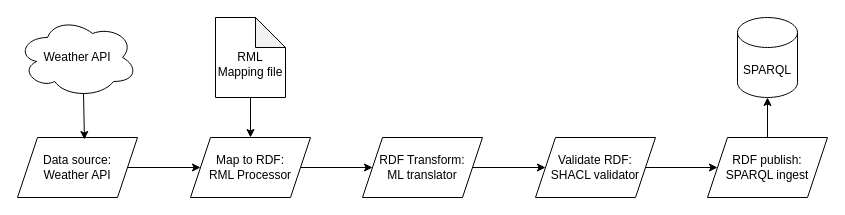
This is slides/img/RunningExample.drawio from rdf-connect/Tutorial-SEMANTiCS2025, a draw.io file, before an edit. Source tidied: cells renumbered, new cells numbered last; positions are measured from the earlier drawing's top-left corner, leaving out a move shared by most shapes. Both pictures are drawn from the tidied source at 100%, with x=0, y=0 at pixel (17, 17).
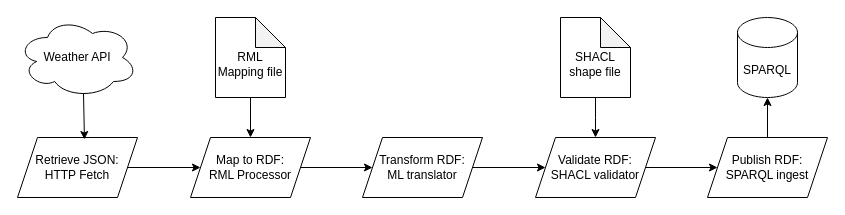
The same page after the edit.

What changed in the source:
```diff
@@
 <mxGraphModel>
   <root>
     <mxCell id="0" />
     <mxCell id="1" parent="0" />
     <mxCell id="2" style="edgeStyle=orthogonalEdgeStyle;rounded=0;jettySize=auto;html=1;exitX=0.5;exitY=1;exitDx=0;exitDy=0;exitPerimeter=0;entryX=0.5;entryY=0;entryDx=0;entryDy=0;" parent="1" edge="1" source="3" target="5">
       <mxGeometry relative="1" as="geometry" />
     </mxCell>
     <mxCell id="3" value="&lt;div&gt;&lt;br&gt;&lt;/div&gt;&lt;div&gt;RML&lt;/div&gt;Mapping file" style="shape=note;whiteSpace=wrap;html=1;backgroundOutline=1;darkOpacity=0.05;" parent="1" vertex="1">
       <mxGeometry x="198" width="70" height="80" as="geometry" />
     </mxCell>
     <mxCell id="4" style="edgeStyle=orthogonalEdgeStyle;rounded=0;jettySize=auto;html=1;exitX=1;exitY=0.5;exitDx=0;exitDy=0;entryX=0;entryY=0.5;entryDx=0;entryDy=0;" parent="1" edge="1" source="5" target="9">
       <mxGeometry relative="1" as="geometry" />
     </mxCell>
     <mxCell id="5" value="Map to RDF:&lt;div&gt;RML Processor&lt;/div&gt;" style="shape=parallelogram;perimeter=parallelogramPerimeter;whiteSpace=wrap;html=1;fixedSize=1;" parent="1" vertex="1">
       <mxGeometry x="173" y="120" width="120" height="60" as="geometry" />
     </mxCell>
-    <mxCell id="6" value="Data source:&lt;div&gt;Weather API&lt;/div&gt;" style="shape=parallelogram;perimeter=parallelogramPerimeter;whiteSpace=wrap;html=1;fixedSize=1;" parent="1" vertex="1">
+    <mxCell id="6" value="Retrieve JSON:&lt;div&gt;HTTP Fetch&lt;/div&gt;" style="shape=parallelogram;perimeter=parallelogramPerimeter;whiteSpace=wrap;html=1;fixedSize=1;" parent="1" vertex="1">
       <mxGeometry y="120" width="120" height="60" as="geometry" />
     </mxCell>
     <mxCell id="7" value="Weather API" style="ellipse;shape=cloud;whiteSpace=wrap;html=1;" parent="1" vertex="1">
       <mxGeometry width="120" height="80" as="geometry" />
     </mxCell>
     <mxCell id="8" style="edgeStyle=orthogonalEdgeStyle;rounded=0;jettySize=auto;html=1;exitX=1;exitY=0.5;exitDx=0;exitDy=0;entryX=0;entryY=0.5;entryDx=0;entryDy=0;" parent="1" edge="1" source="9" target="11">
       <mxGeometry relative="1" as="geometry" />
     </mxCell>
-    <mxCell id="9" value="&lt;div&gt;RDF Transform:&lt;div&gt;ML translator&lt;/div&gt;&lt;/div&gt;" style="shape=parallelogram;perimeter=parallelogramPerimeter;whiteSpace=wrap;html=1;fixedSize=1;" parent="1" vertex="1">
+    <mxCell id="9" value="&lt;div&gt;Transform RDF:&lt;div&gt;ML translator&lt;/div&gt;&lt;/div&gt;" style="shape=parallelogram;perimeter=parallelogramPerimeter;whiteSpace=wrap;html=1;fixedSize=1;" parent="1" vertex="1">
       <mxGeometry x="345" y="120" width="120" height="60" as="geometry" />
     </mxCell>
     <mxCell id="10" style="edgeStyle=orthogonalEdgeStyle;rounded=0;jettySize=auto;html=1;exitX=1;exitY=0.5;exitDx=0;exitDy=0;entryX=0;entryY=0.5;entryDx=0;entryDy=0;" parent="1" edge="1" source="11" target="12">
       <mxGeometry relative="1" as="geometry" />
     </mxCell>
     <mxCell id="11" value="Validate RDF:&lt;div&gt;SHACL validator&lt;/div&gt;" style="shape=parallelogram;perimeter=parallelogramPerimeter;whiteSpace=wrap;html=1;fixedSize=1;" parent="1" vertex="1">
       <mxGeometry x="518" y="120" width="120" height="60" as="geometry" />
     </mxCell>
-    <mxCell id="12" value="RDF publish:&lt;div&gt;SPARQL ingest&lt;/div&gt;" style="shape=parallelogram;perimeter=parallelogramPerimeter;whiteSpace=wrap;html=1;fixedSize=1;" parent="1" vertex="1">
+    <mxCell id="12" value="Publish RDF:&lt;div&gt;SPARQL ingest&lt;/div&gt;" style="shape=parallelogram;perimeter=parallelogramPerimeter;whiteSpace=wrap;html=1;fixedSize=1;" parent="1" vertex="1">
       <mxGeometry x="690" y="120" width="120" height="60" as="geometry" />
     </mxCell>
     <mxCell id="13" value="SPARQL" style="shape=cylinder3;whiteSpace=wrap;html=1;boundedLbl=1;backgroundOutline=1;size=15;" parent="1" vertex="1">
       <mxGeometry x="720" width="60" height="80" as="geometry" />
     </mxCell>
     <mxCell id="14" style="endArrow=classic;html=1;rounded=0;exitX=0.55;exitY=0.95;exitDx=0;exitDy=0;exitPerimeter=0;entryX=0.558;entryY=0.033;entryDx=0;entryDy=0;entryPerimeter=0;" parent="1" edge="1" source="7" target="6">
       <mxGeometry relative="1" as="geometry" />
     </mxCell>
     <mxCell id="15" style="endArrow=classic;html=1;rounded=0;exitX=1;exitY=0.5;exitDx=0;exitDy=0;entryX=0;entryY=0.5;entryDx=0;entryDy=0;" parent="1" edge="1" source="6" target="5">
       <mxGeometry relative="1" as="geometry" />
     </mxCell>
     <mxCell id="16" style="edgeStyle=orthogonalEdgeStyle;rounded=0;jettySize=auto;html=1;exitX=0.5;exitY=0;exitDx=0;exitDy=0;entryX=0.5;entryY=1;entryDx=0;entryDy=0;entryPerimeter=0;" parent="1" edge="1" source="12" target="13">
       <mxGeometry relative="1" as="geometry" />
     </mxCell>
+    <mxCell id="17" style="edgeStyle=orthogonalEdgeStyle;rounded=0;jettySize=auto;html=1;exitX=0.5;exitY=1;exitDx=0;exitDy=0;exitPerimeter=0;entryX=0.5;entryY=0;entryDx=0;entryDy=0;" parent="1" edge="1" source="18">
+      <mxGeometry relative="1" as="geometry">
+        <mxPoint x="578" y="120" as="targetPoint" />
+      </mxGeometry>
+    </mxCell>
+    <mxCell id="18" value="&lt;div&gt;&lt;br&gt;&lt;/div&gt;&lt;div&gt;SHACL shape file&lt;br&gt;&lt;/div&gt;" style="shape=note;whiteSpace=wrap;html=1;backgroundOutline=1;darkOpacity=0.05;" parent="1" vertex="1">
+      <mxGeometry x="543" width="70" height="80" as="geometry" />
+    </mxCell>
   </root>
 </mxGraphModel>
```
